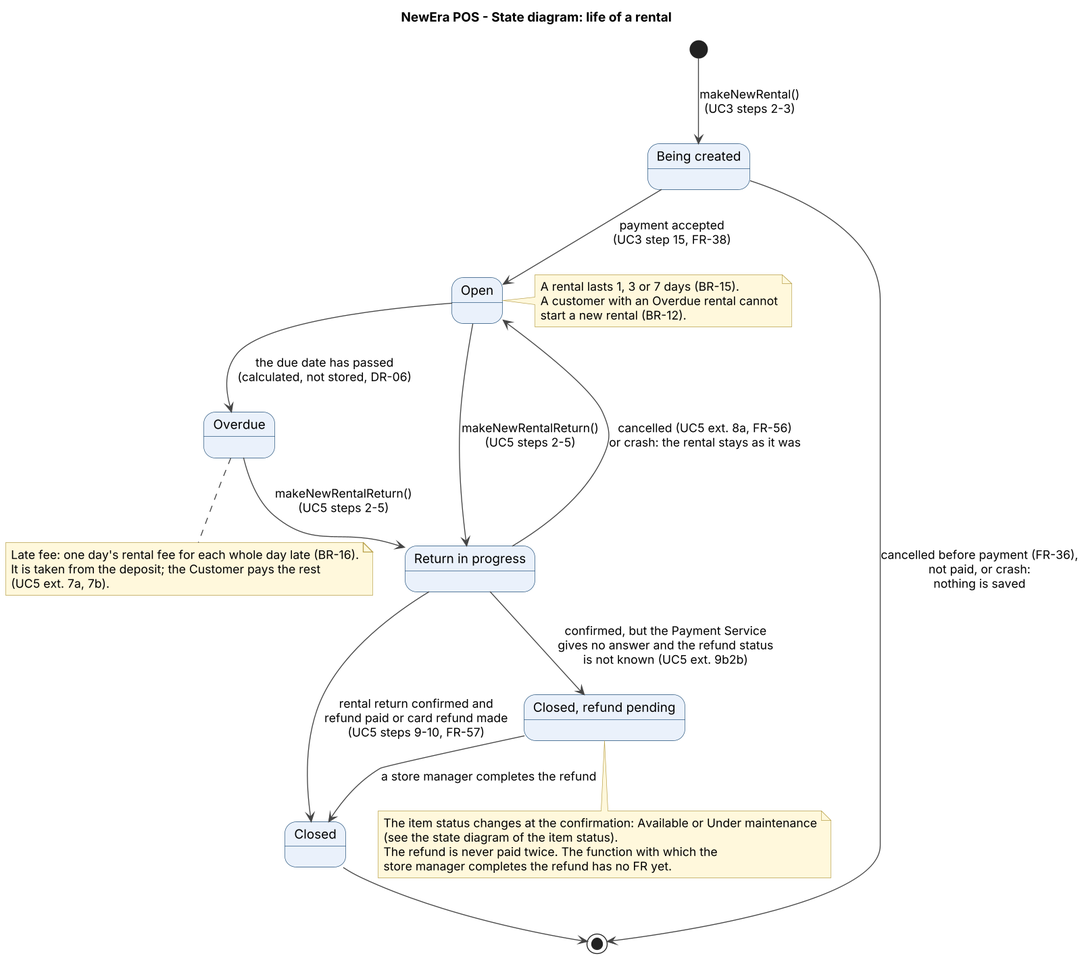
Before: assets/state_rental.png, a diagram exported from PlantUML (bhsei/26D).
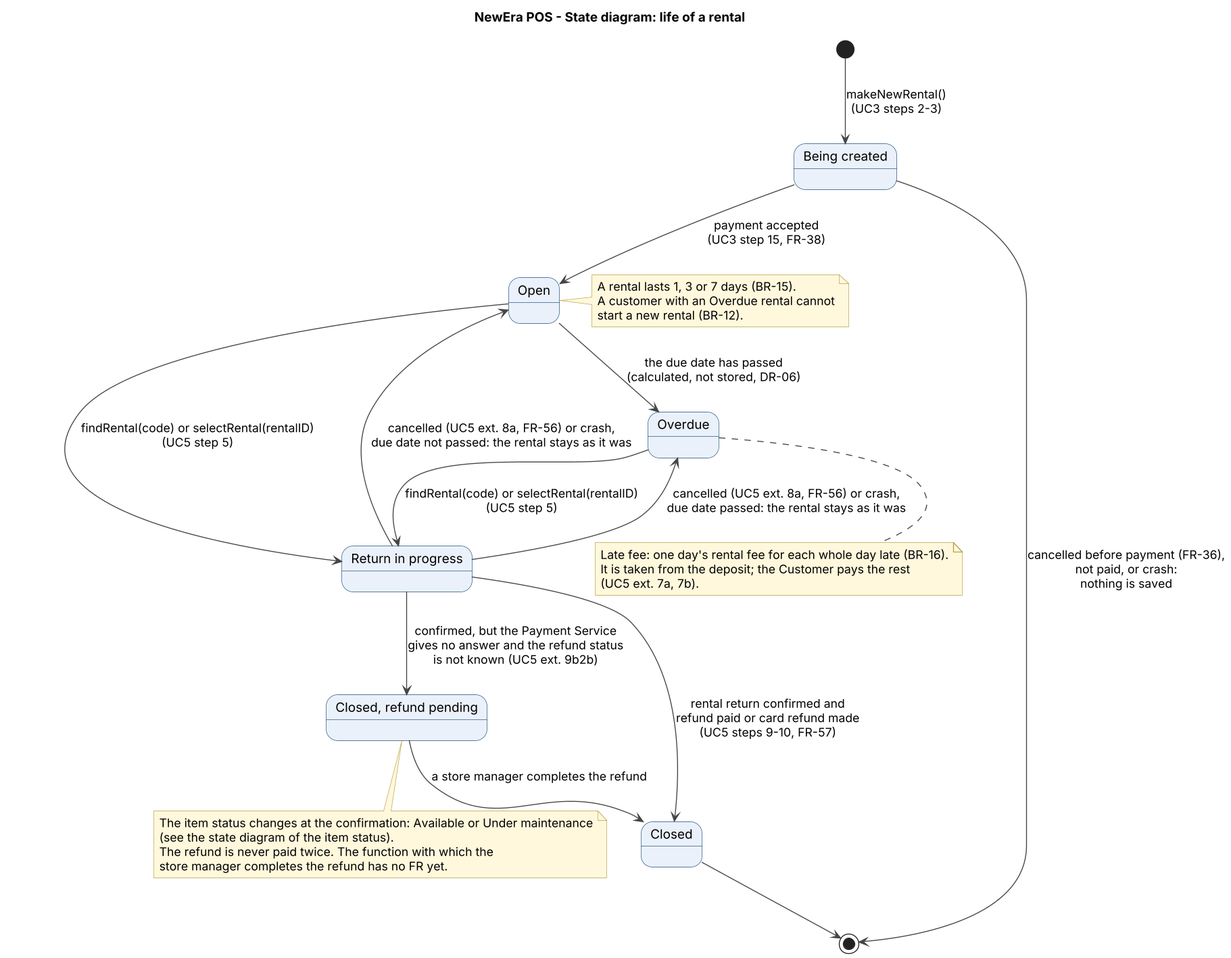
Above is the later version.

Commit message:
W9 - Domain model v0.6; state diagram of the rental: trigger findRental, cancelled return back to Overdue (#54, comments 7 and 8)

Change to the diagram source:
```diff
@@ -25,9 +25,10 @@
 Creating --> Open : payment accepted\n(UC3 step 15, FR-38)
 
 Open --> Overdue : the due date has passed\n(calculated, not stored, DR-06)
-Open --> Returning : makeNewRentalReturn()\n(UC5 steps 2-5)
-Overdue --> Returning : makeNewRentalReturn()\n(UC5 steps 2-5)
-Returning --> Open : cancelled (UC5 ext. 8a, FR-56)\nor crash: the rental stays as it was
+Open --> Returning : findRental(code) or selectRental(rentalID)\n(UC5 step 5)
+Overdue --> Returning : findRental(code) or selectRental(rentalID)\n(UC5 step 5)
+Returning --> Open : cancelled (UC5 ext. 8a, FR-56) or crash,\ndue date not passed: the rental stays as it was
+Returning --> Overdue : cancelled (UC5 ext. 8a, FR-56) or crash,\ndue date passed: the rental stays as it was
 Returning --> Closed : rental return confirmed and\nrefund paid or card refund made\n(UC5 steps 9-10, FR-57)
 Returning --> Pending : confirmed, but the Payment Service\ngives no answer and the refund status\nis not known (UC5 ext. 9b2b)
 Pending --> Closed : a store manager completes the refund
```
